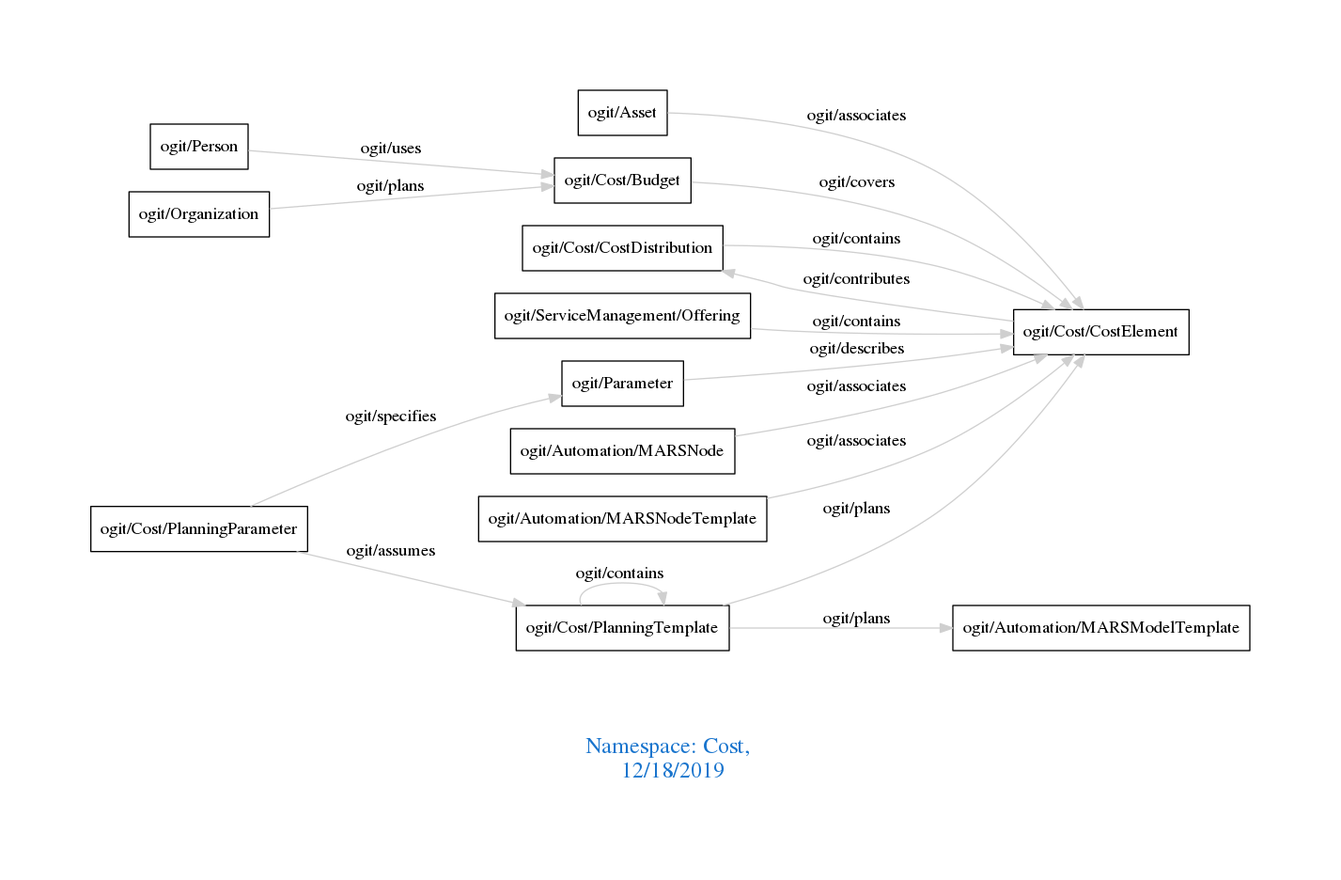
arago/OGIT keeps this Graphviz diagram as downloads/Cost.png. Above is the earlier version. Its source is kept beside it as downloads/Cost.dot.
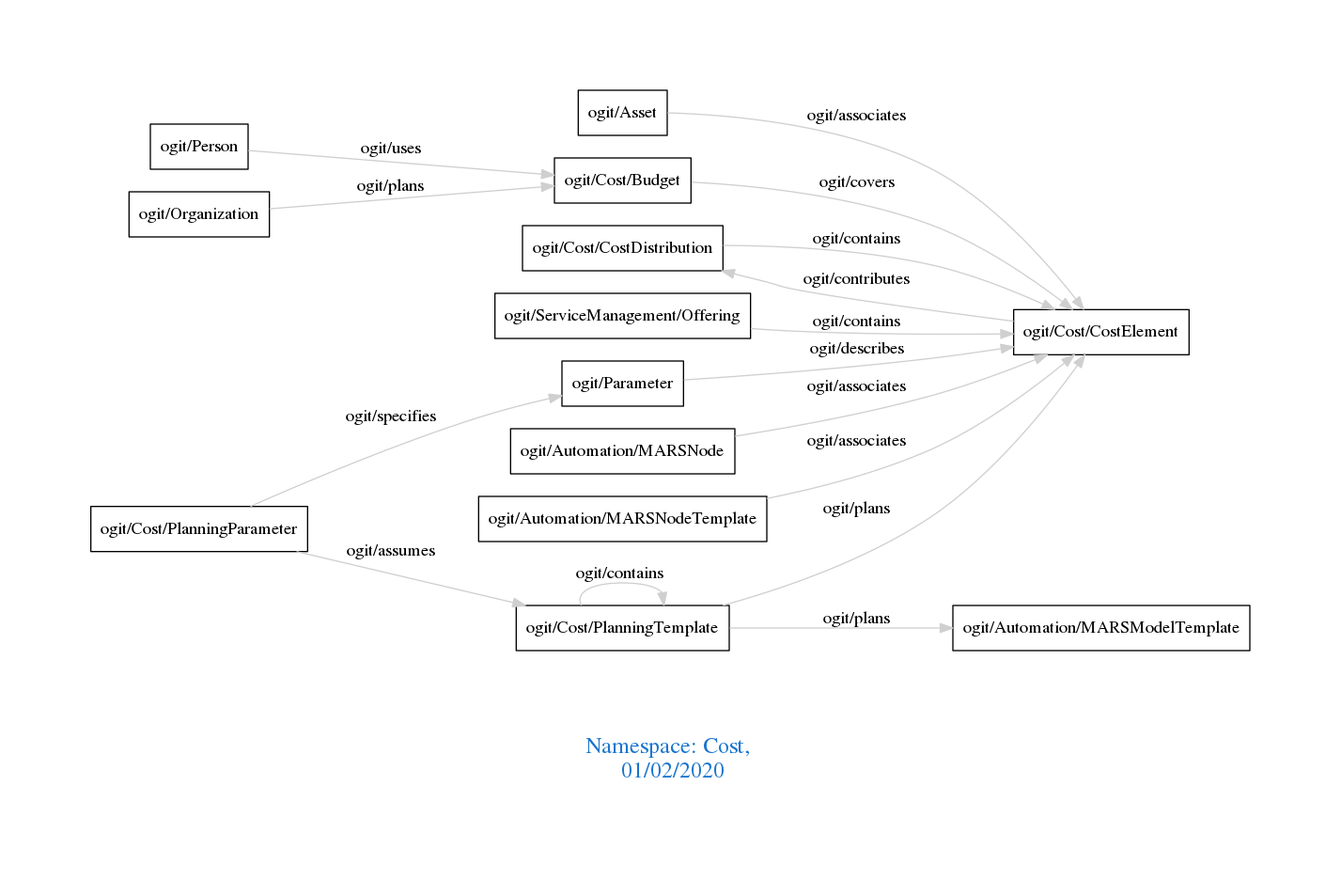
The same diagram one commit later.

Diff of the diagram source:
```diff
@@ -1,7 +1,7 @@
 digraph OGIT_ontology {
  graph [ rankdir= LR,pad=1
 fontsize = 18,
-fontcolor= dodgerblue3,label = "\n\n\nNamespace: Cost, \n 12/18/2019"];
+fontcolor= dodgerblue3,label = "\n\n\nNamespace: Cost, \n 01/02/2020"];
 node[shape=polygon];
 edge [  color="gray81"];
 
```
